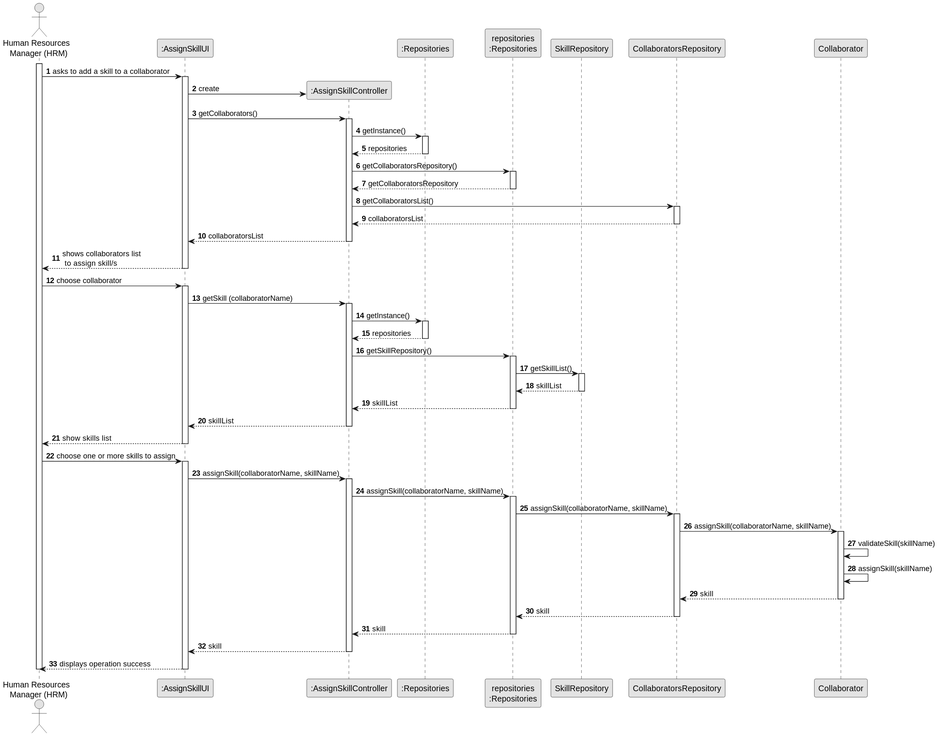
Before: docs/sprintB/us004/03.design/svg/us004-sequence-diagram-full.svg, a diagram exported from PlantUML (Departamento-de-Engenharia-Informatica/lei-24-s2-1dkl-g134).
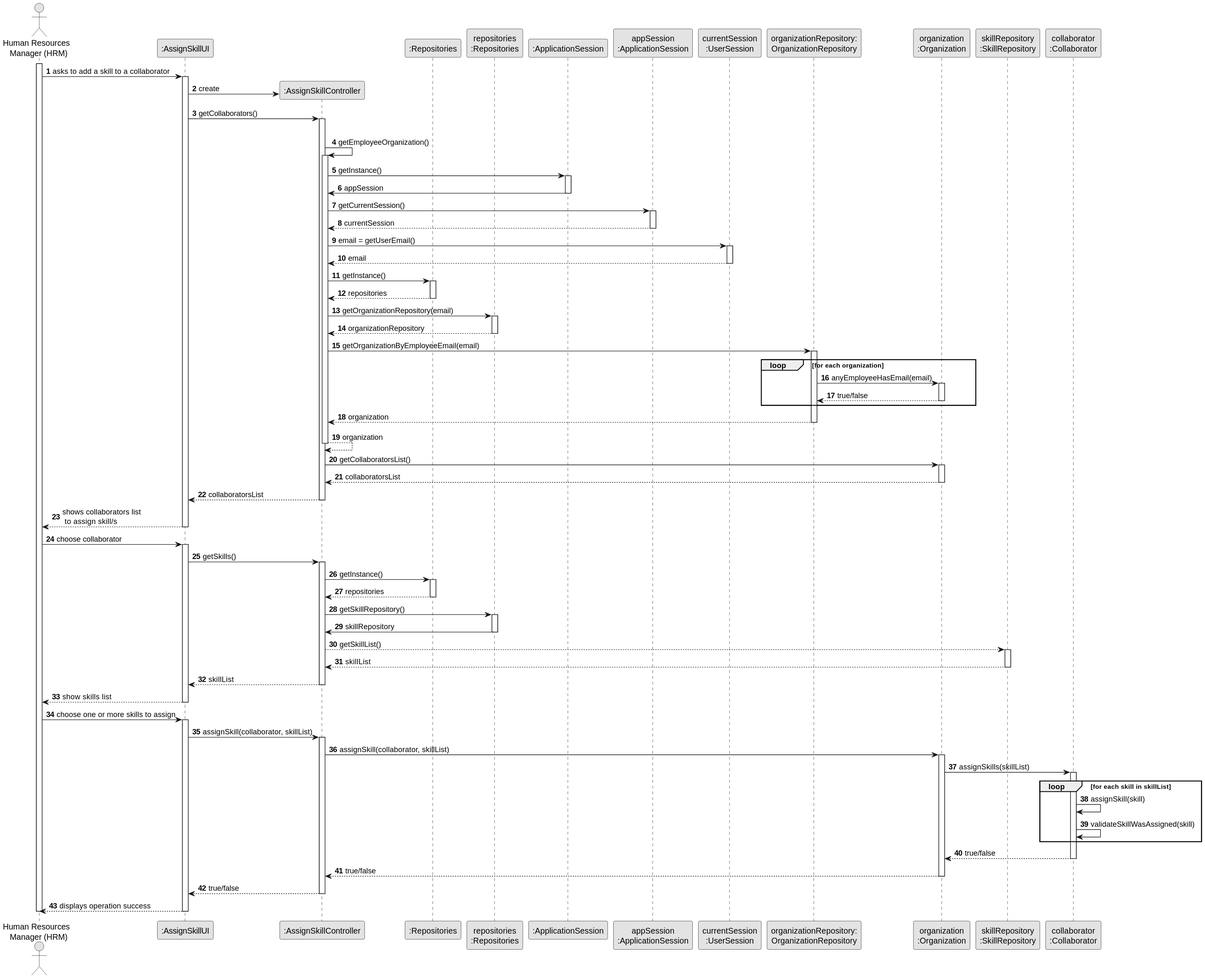
Later version of the same file.

Commit message:
Litle update on US05 class diagram

Change to the diagram source:
```diff
@@ -10,8 +10,13 @@
 participant ":AssignSkillController" as CTRL
 participant ":Repositories" as RepositorySingleton
 participant "repositories\n:Repositories" as PLAT
-participant "SkillRepository" as SkillRepository
-participant "CollaboratorsRepository" as CollaboratorsRepository
+participant ":ApplicationSession" as _APP
+participant "appSession\n:ApplicationSession" as APP
+participant "currentSession\n:UserSession" as SESSAO
+participant "organizationRepository:\nOrganizationRepository" as OrganizationRepository
+participant "organization\n:Organization" as ORG
+participant "skillRepository\n:SkillRepository" as SkillRepository
+participant "collaborator\n:Collaborator" as COLLAB
 
 activate HRM
 
@@ -25,23 +30,63 @@
             UI -> CTRL : getCollaborators()
             activate CTRL
 
-                CTRL -> RepositorySingleton : getInstance()
-                activate RepositorySingleton
+                |||
+                CTRL -> CTRL : getEmployeeOrganization()
+                activate CTRL
+
+                    CTRL -> _APP: getInstance()
+                    activate _APP
+                        _APP -> CTRL: appSession
+                    deactivate _APP
+
+
+                    CTRL -> APP: getCurrentSession()
+                    activate APP
+
+                        APP --> CTRL: currentSession
+                    deactivate APP
+
+                    CTRL -> SESSAO: email = getUserEmail()
+                    activate SESSAO
+
+                        SESSAO --> CTRL: email
+                    deactivate SESSAO
+
+                    CTRL -> RepositorySingleton: getInstance()
+                    activate RepositorySingleton
 
                     RepositorySingleton --> CTRL: repositories
-                deactivate RepositorySingleton
+                    deactivate RepositorySingleton
 
-                CTRL -> PLAT : getCollaboratorsRepository()
-                activate PLAT
+                    CTRL -> PLAT: getOrganizationRepository(email)
+                    activate PLAT
 
-                    PLAT --> CTRL: getCollaboratorsRepository
-                deactivate PLAT
+                        PLAT --> CTRL: organizationRepository
+                    deactivate PLAT
 
-                CTRL -> CollaboratorsRepository : getCollaboratorsList()
-                activate CollaboratorsRepository
 
-                    CollaboratorsRepository --> CTRL : collaboratorsList
-                deactivate CollaboratorsRepository
+                    CTRL -> OrganizationRepository: getOrganizationByEmployeeEmail(email)
+                    activate OrganizationRepository
+
+                        loop for each organization
+
+                            OrganizationRepository -> ORG : anyEmployeeHasEmail(email)
+                            activate ORG
+
+                                 ORG --> OrganizationRepository : true/false
+                            deactivate ORG
+                        end
+                        OrganizationRepository --> CTRL : organization
+                    deactivate OrganizationRepository
+
+                    CTRL --> CTRL : organization
+                deactivate CTRL
+
+                CTRL -> ORG: getCollaboratorsList()
+                activate ORG
+
+                ORG --> CTRL: collaboratorsList
+                deactivate ORG
 
                 CTRL --> UI : collaboratorsList
             deactivate CTRL
@@ -52,7 +97,7 @@
     HRM -> UI : choose collaborator
     activate UI
 
-   UI -> CTRL : getSkill (collaboratorName)
+   UI -> CTRL : getSkills()
            activate CTRL
 
  CTRL -> RepositorySingleton : getInstance()
@@ -64,14 +109,14 @@
          CTRL -> PLAT : getSkillRepository()
          activate PLAT
 
-         PLAT -> SkillRepository : getSkillList()
+         PLAT -> CTRL : skillRepository
+         deactivate PLAT
+
+         CTRL --> SkillRepository : getSkillList()
          activate SkillRepository
 
-         SkillRepository --> PLAT : skillList
-         deactivate  SkillRepository
-
-         PLAT --> CTRL: skillList
-         deactivate PLAT
+         SkillRepository --> CTRL: skillList
+         deactivate SkillRepository
 
          CTRL --> UI : skillList
          deactivate CTRL
@@ -82,34 +127,28 @@
          HRM -> UI : choose one or more skills to assign
          activate UI
 
-         UI -> CTRL : assignSkill(collaboratorName, skillName)
+         UI -> CTRL : assignSkill(collaborator, skillList)
          activate CTRL
 
-         CTRL -> PLAT : assignSkill(collaboratorName, skillName)
-         activate PLAT
+         CTRL -> ORG : assignSkill(collaborator, skillList)
+         activate ORG
 
-         PLAT -> CollaboratorsRepository : assignSkill(collaboratorName, skillName)
-         activate CollaboratorsRepository
+         ORG -> COLLAB : assignSkills(skillList)
+         activate COLLAB
 
+         loop for each skill in skillList
+         COLLAB -> COLLAB :assignSkill(skill)
 
-         CollaboratorsRepository -> Collaborator : assignSkill(collaboratorName, skillName)
-         activate Collaborator
+         COLLAB -> COLLAB :validateSkillWasAssigned(skill)
+         end
 
-         Collaborator -> Collaborator : validateSkill(skillName)
+         COLLAB --> ORG : true/false
+         deactivate COLLAB
 
-         Collaborator -> Collaborator :assignSkill(skillName)
+         ORG --> CTRL : true/false
+         deactivate ORG
 
-         Collaborator --> CollaboratorsRepository : skill
-         deactivate Collaborator
-
-
-         CollaboratorsRepository --> PLAT : skill
-         deactivate CollaboratorsRepository
-
-         PLAT --> CTRL : skill
-         deactivate PLAT
-
-         CTRL --> UI : skill
+         CTRL --> UI : true/false
          deactivate CTRL
 
          UI --> HRM : displays operation success
```
